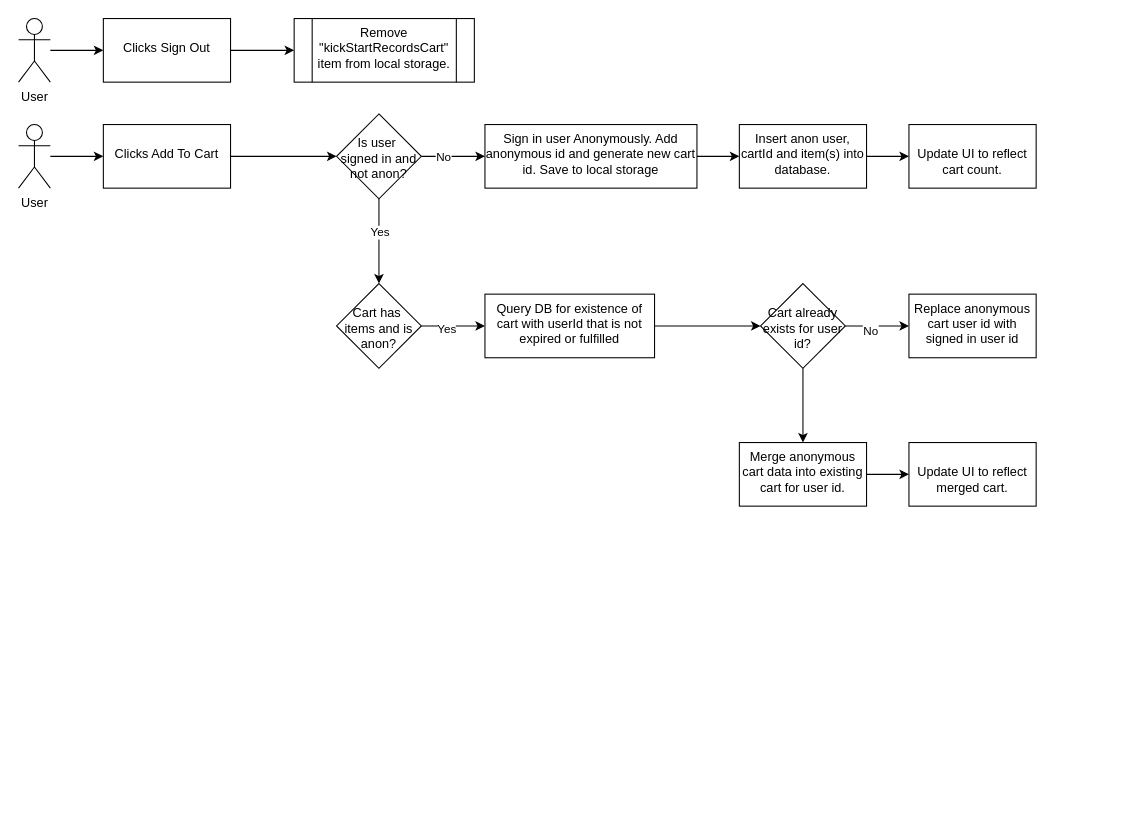
Before: KSR_UserSignOut.drawio in j3fflan3/kick-start-records-store, a draw.io diagram. Source tidied: cells renumbered, new cells numbered last; positions are measured from the earlier drawing's top-left corner, leaving out a move shared by most shapes. Both pictures are drawn from the tidied source at 106%, with x=0, y=0 at pixel (18, 18).
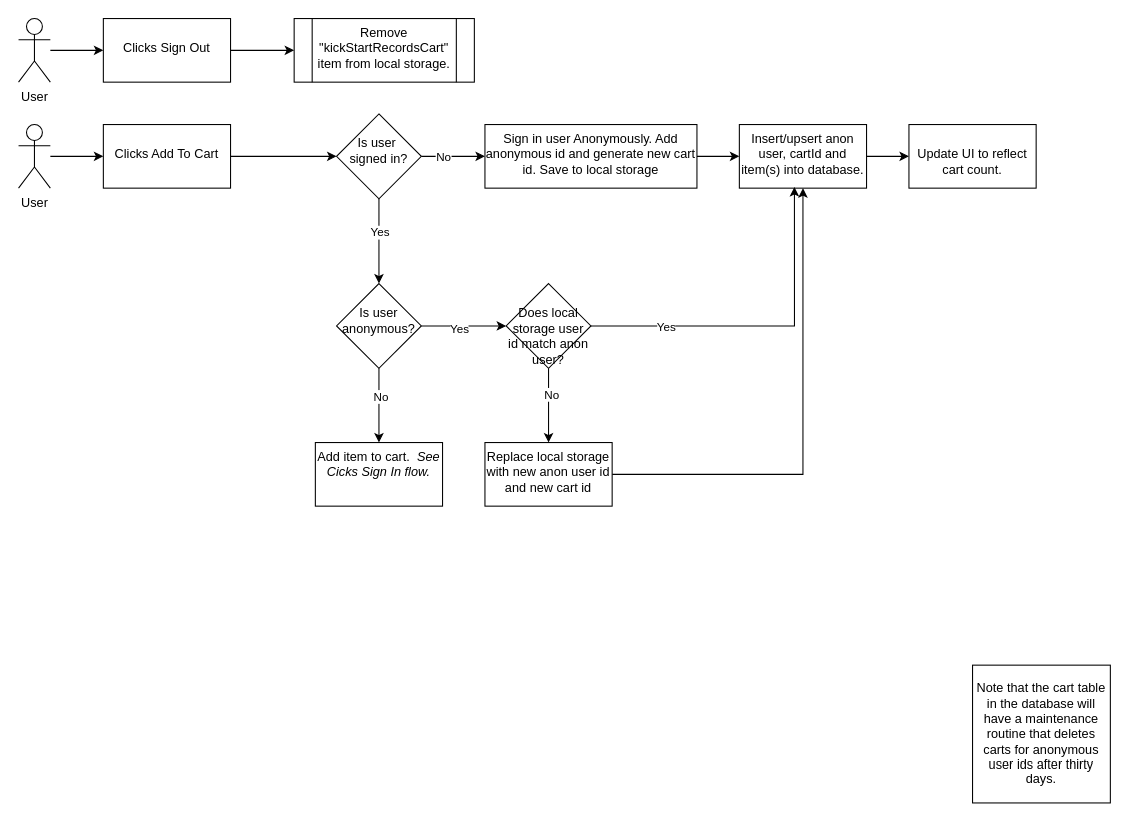
The same page after the edit.

The edit, as a diff of the source:
```diff
@@
-    <mxCell id="15" value="&lt;div&gt;&lt;br&gt;&lt;/div&gt;&lt;div&gt;Is user&amp;nbsp;&lt;br&gt;&lt;/div&gt;&lt;div&gt;signed in and not anon?&lt;br&gt;&lt;/div&gt;" style="rhombus;whiteSpace=wrap;html=1;verticalAlign=top;" parent="1" vertex="1">
+    <mxCell id="15" value="&lt;div&gt;&lt;br&gt;&lt;/div&gt;&lt;div&gt;Is user&amp;nbsp;&lt;br&gt;&lt;/div&gt;&lt;div&gt;signed in?&lt;br&gt;&lt;/div&gt;" style="rhombus;whiteSpace=wrap;html=1;verticalAlign=top;" parent="1" vertex="1">
       <mxGeometry x="300" y="90" width="80" height="80" as="geometry" />
     </mxCell>
@@
-    <mxCell id="18" style="edgeStyle=orthogonalEdgeStyle;rounded=0;jettySize=auto;html=1;" parent="1" edge="1" source="20" target="22">
-      <mxGeometry relative="1" as="geometry" />
-    </mxCell>
-    <mxCell id="19" value="Yes" style="edgeLabel;html=1;align=center;verticalAlign=middle;" parent="18" vertex="1">
-      <mxGeometry x="-0.23" y="-2" relative="1" as="geometry" />
-    </mxCell>
+    <mxCell id="34" style="edgeStyle=orthogonalEdgeStyle;rounded=0;jettySize=auto;html=1;" parent="1" edge="1" source="20" target="42">
+      <mxGeometry relative="1" as="geometry" />
+    </mxCell>
+    <mxCell id="35" value="Yes" style="edgeLabel;html=1;align=center;verticalAlign=middle;" parent="34" vertex="1">
+      <mxGeometry x="-0.12" y="-2" relative="1" as="geometry" />
+    </mxCell>
+    <mxCell id="36" style="edgeStyle=orthogonalEdgeStyle;rounded=0;jettySize=auto;html=1;" parent="1" edge="1" source="20" target="46">
+      <mxGeometry relative="1" as="geometry" />
+    </mxCell>
+    <mxCell id="37" value="No" style="edgeLabel;html=1;align=center;verticalAlign=middle;" parent="36" vertex="1">
+      <mxGeometry x="-0.26" y="1" relative="1" as="geometry" />
+    </mxCell>
-    <mxCell id="20" value="&lt;div&gt;&lt;br&gt;&lt;/div&gt;Cart has&amp;nbsp;&lt;div&gt;items and is anon?&lt;/div&gt;" style="rhombus;whiteSpace=wrap;html=1;verticalAlign=top;" parent="1" vertex="1">
+    <mxCell id="20" value="&lt;div&gt;&lt;br&gt;&lt;/div&gt;&lt;div&gt;Is user anonymous?&lt;/div&gt;" style="rhombus;whiteSpace=wrap;html=1;verticalAlign=top;" parent="1" vertex="1">
       <mxGeometry x="300" y="250" width="80" height="80" as="geometry" />
     </mxCell>
-    <mxCell id="21" style="edgeStyle=orthogonalEdgeStyle;rounded=0;jettySize=auto;html=1;" parent="1" edge="1" source="22" target="29">
-      <mxGeometry relative="1" as="geometry" />
-    </mxCell>
-    <mxCell id="22" value="Query DB for existence of cart with userId that is not expired or fulfilled" style="whiteSpace=wrap;html=1;verticalAlign=top;" parent="1" vertex="1">
-      <mxGeometry x="440" y="260" width="160" height="60" as="geometry" />
-    </mxCell>
@@
-    <mxCell id="24" value="Insert anon user, cartId and item(s) into database." style="whiteSpace=wrap;html=1;verticalAlign=top;" parent="1" vertex="1">
+    <mxCell id="24" value="Insert/upsert anon user, cartId and item(s) into database." style="whiteSpace=wrap;html=1;verticalAlign=top;" parent="1" vertex="1">
       <mxGeometry x="680" y="100" width="120" height="60" as="geometry" />
     </mxCell>
@@
-    <mxCell id="26" style="edgeStyle=orthogonalEdgeStyle;rounded=0;jettySize=auto;html=1;" parent="1" edge="1" source="29" target="30">
-      <mxGeometry relative="1" as="geometry" />
-    </mxCell>
-    <mxCell id="27" value="No" style="edgeLabel;html=1;align=center;verticalAlign=middle;" parent="26" vertex="1">
-      <mxGeometry x="-0.23" y="-4" relative="1" as="geometry" />
-    </mxCell>
-    <mxCell id="28" style="edgeStyle=orthogonalEdgeStyle;rounded=0;jettySize=auto;html=1;" parent="1" edge="1" source="29" target="32">
-      <mxGeometry relative="1" as="geometry" />
-    </mxCell>
-    <mxCell id="29" value="&lt;div&gt;&lt;br&gt;&lt;/div&gt;&lt;div&gt;Cart already exists for user id?&lt;/div&gt;" style="rhombus;whiteSpace=wrap;html=1;verticalAlign=top;" parent="1" vertex="1">
-      <mxGeometry x="700" y="250" width="80" height="80" as="geometry" />
-    </mxCell>
-    <mxCell id="30" value="&lt;div&gt;Replace anonymous cart user id with signed in user id&lt;/div&gt;" style="whiteSpace=wrap;html=1;verticalAlign=top;" parent="1" vertex="1">
-      <mxGeometry x="840" y="260" width="120" height="60" as="geometry" />
-    </mxCell>
-    <mxCell id="31" style="edgeStyle=orthogonalEdgeStyle;rounded=0;jettySize=auto;html=1;" parent="1" edge="1" source="32" target="33">
-      <mxGeometry relative="1" as="geometry" />
-    </mxCell>
-    <mxCell id="32" value="Merge anonymous cart data into existing cart for user id." style="whiteSpace=wrap;html=1;verticalAlign=top;" parent="1" vertex="1">
-      <mxGeometry x="680" y="400" width="120" height="60" as="geometry" />
-    </mxCell>
-    <mxCell id="33" value="&lt;div&gt;&lt;br&gt;&lt;/div&gt;Update UI to reflect merged cart." style="whiteSpace=wrap;html=1;verticalAlign=top;" parent="1" vertex="1">
-      <mxGeometry x="840" y="400" width="120" height="60" as="geometry" />
-    </mxCell>
+    <mxCell id="38" style="edgeStyle=orthogonalEdgeStyle;rounded=0;jettySize=auto;html=1;entryX=0.433;entryY=0.983;entryDx=0;entryDy=0;entryPerimeter=0;" parent="1" edge="1" source="42" target="24">
+      <mxGeometry relative="1" as="geometry" />
+    </mxCell>
+    <mxCell id="39" value="Yes" style="edgeLabel;html=1;align=center;verticalAlign=middle;" parent="38" vertex="1">
+      <mxGeometry x="-0.03" y="-1" relative="1" as="geometry">
+        <mxPoint x="-87" y="-1" as="offset" />
+      </mxGeometry>
+    </mxCell>
+    <mxCell id="40" style="edgeStyle=orthogonalEdgeStyle;rounded=0;jettySize=auto;html=1;" parent="1" edge="1" source="42" target="44">
+      <mxGeometry relative="1" as="geometry" />
+    </mxCell>
+    <mxCell id="41" value="No" style="edgeLabel;html=1;align=center;verticalAlign=middle;" parent="40" vertex="1">
+      <mxGeometry x="-0.31" y="2" relative="1" as="geometry" />
+    </mxCell>
+    <mxCell id="42" value="&lt;div&gt;&lt;br&gt;&lt;/div&gt;Does local storage user id match anon user?" style="rhombus;whiteSpace=wrap;html=1;verticalAlign=top;" parent="1" vertex="1">
+      <mxGeometry x="460" y="250" width="80" height="80" as="geometry" />
+    </mxCell>
+    <mxCell id="43" style="edgeStyle=orthogonalEdgeStyle;rounded=0;jettySize=auto;html=1;entryX=0.5;entryY=1;entryDx=0;entryDy=0;" parent="1" edge="1" source="44" target="24">
+      <mxGeometry relative="1" as="geometry" />
+    </mxCell>
+    <mxCell id="44" value="Replace local storage with new anon user id and new cart id" style="whiteSpace=wrap;html=1;verticalAlign=top;" parent="1" vertex="1">
+      <mxGeometry x="440" y="400" width="120" height="60" as="geometry" />
+    </mxCell>
+    <mxCell id="45" value="Note that the cart table in the database will have a maintenance routine that deletes carts for anonymous user ids after thirty days." style="whiteSpace=wrap;html=1;" parent="1" vertex="1">
+      <mxGeometry x="900" y="610" width="130" height="130" as="geometry" />
+    </mxCell>
+    <mxCell id="46" value="Add item to cart. &lt;i&gt;&amp;nbsp;See Cicks Sign In flow.&lt;/i&gt;" style="whiteSpace=wrap;html=1;verticalAlign=top;" parent="1" vertex="1">
+      <mxGeometry x="280" y="400" width="120" height="60" as="geometry" />
+    </mxCell>
```
